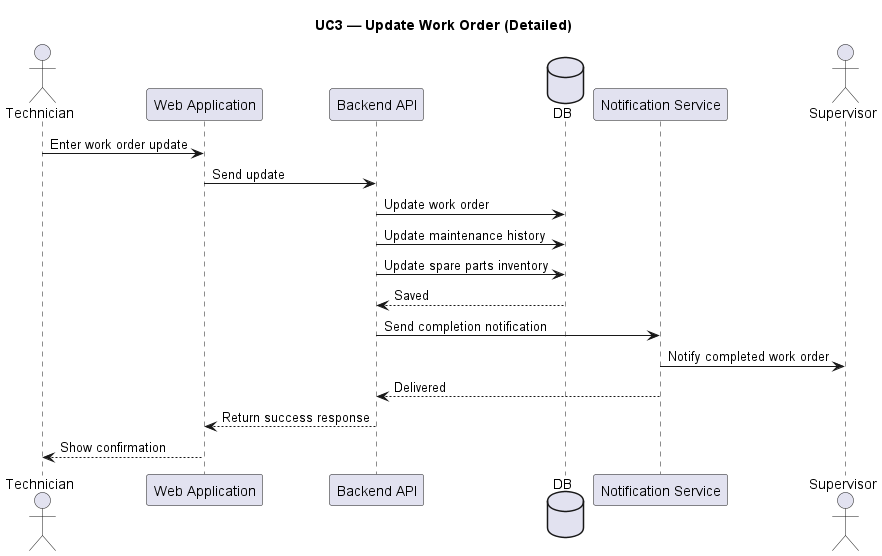
The PlantUML diagram uml/Interactions/sequence_diagrams/UC3_detailed_complete_work_order.png in xalameen8633-dotcom/Software-engineering-project, before a commit. Source of this version:
```plantuml
@startuml
title UC3 — Update Work Order (Detailed)

actor Technician
participant "Web Application" as Web
participant "Backend API" as API
database "DB" as DB
participant "Notification Service" as Notif
actor Supervisor

Technician -> Web : Enter work order update
Web -> API : Send update

API -> DB : Update work order
API -> DB : Update maintenance history
API -> DB : Update spare parts inventory
DB --> API : Saved

API -> Notif : Send completion notification
Notif -> Supervisor : Notify completed work order
Notif --> API : Delivered

API --> Web : Return success response
Web --> Technician : Show confirmation

@enduml
```
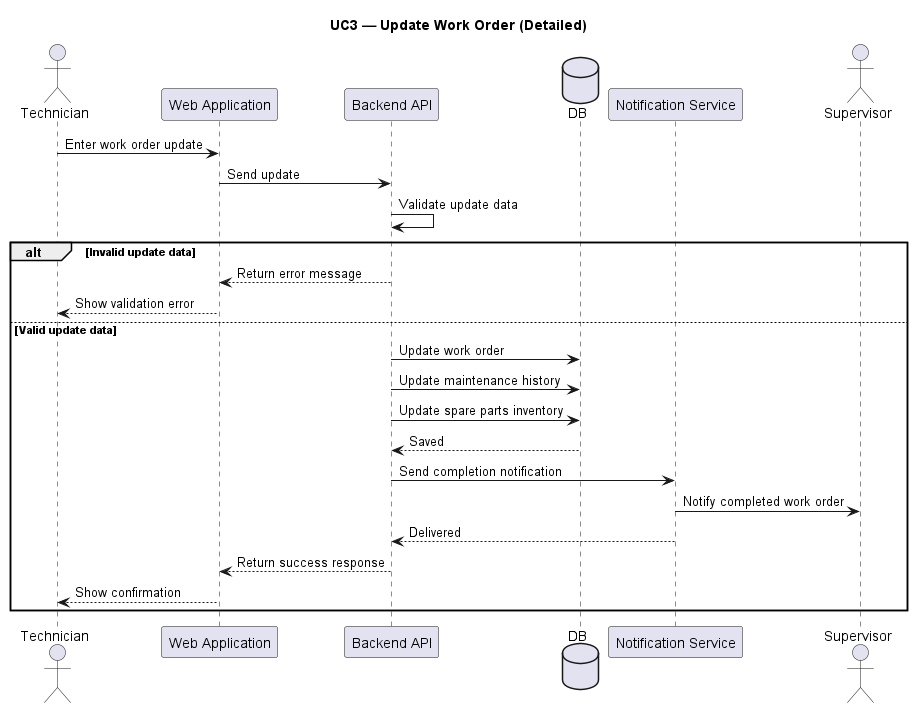
After the change.

Diff of the diagram source:
```diff
@@ -11,16 +11,23 @@
 Technician -> Web : Enter work order update
 Web -> API : Send update
 
-API -> DB : Update work order
-API -> DB : Update maintenance history
-API -> DB : Update spare parts inventory
-DB --> API : Saved
+API -> API : Validate update data
 
-API -> Notif : Send completion notification
-Notif -> Supervisor : Notify completed work order
-Notif --> API : Delivered
+alt Invalid update data
+    API --> Web : Return error message
+    Web --> Technician : Show validation error
+else Valid update data
+    API -> DB : Update work order
+    API -> DB : Update maintenance history
+    API -> DB : Update spare parts inventory
+    DB --> API : Saved
 
-API --> Web : Return success response
-Web --> Technician : Show confirmation
+    API -> Notif : Send completion notification
+    Notif -> Supervisor : Notify completed work order
+    Notif --> API : Delivered
+
+    API --> Web : Return success response
+    Web --> Technician : Show confirmation
+end
 
 @enduml
```
